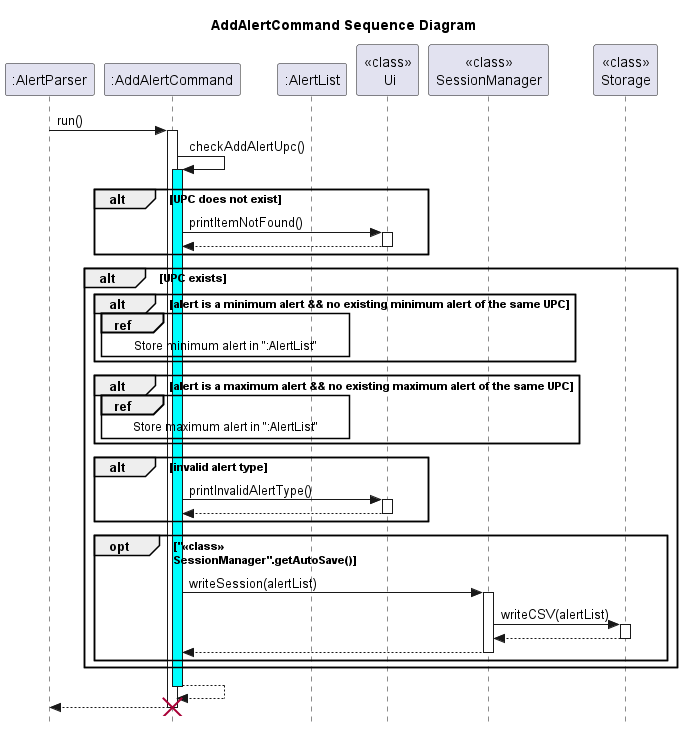
This is docs/UML/Alert/AddAlertCommand.png from nus-cs2113-AY2223S2/tp, a PlantUML export, as it was before one commit.
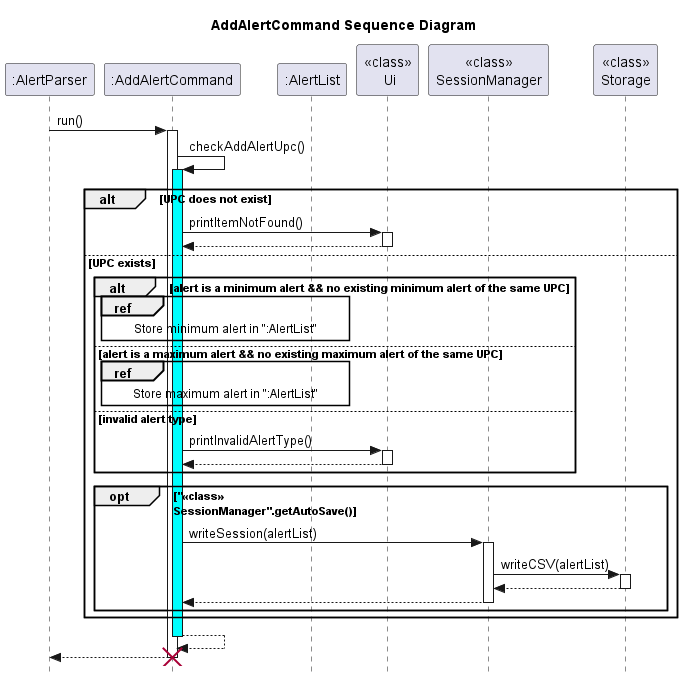
The same diagram one commit later.

What changed in the source:
```diff
@@ -20,18 +20,12 @@
     activate "<<class>>\n Ui"
     "<<class>>\n Ui" -->":AddAlertCommand":
     deactivate "<<class>>\n Ui"
-end
-
-alt UPC exists
+else UPC exists
     alt alert is a minimum alert && no existing minimum alert of the same UPC
      ref over ":AddAlertCommand", ":AlertList": Store minimum alert in ":AlertList"
-     end
-
-    alt alert is a maximum alert && no existing maximum alert of the same UPC
+    else alert is a maximum alert && no existing maximum alert of the same UPC
     ref over ":AddAlertCommand", ":AlertList": Store maximum alert in ":AlertList"
-    end
-
-    alt invalid alert type
+    else invalid alert type
       ":AddAlertCommand" -> "<<class>>\n Ui": printInvalidAlertType()
         activate "<<class>>\n Ui"
         "<<class>>\n Ui" -->":AddAlertCommand":
```
